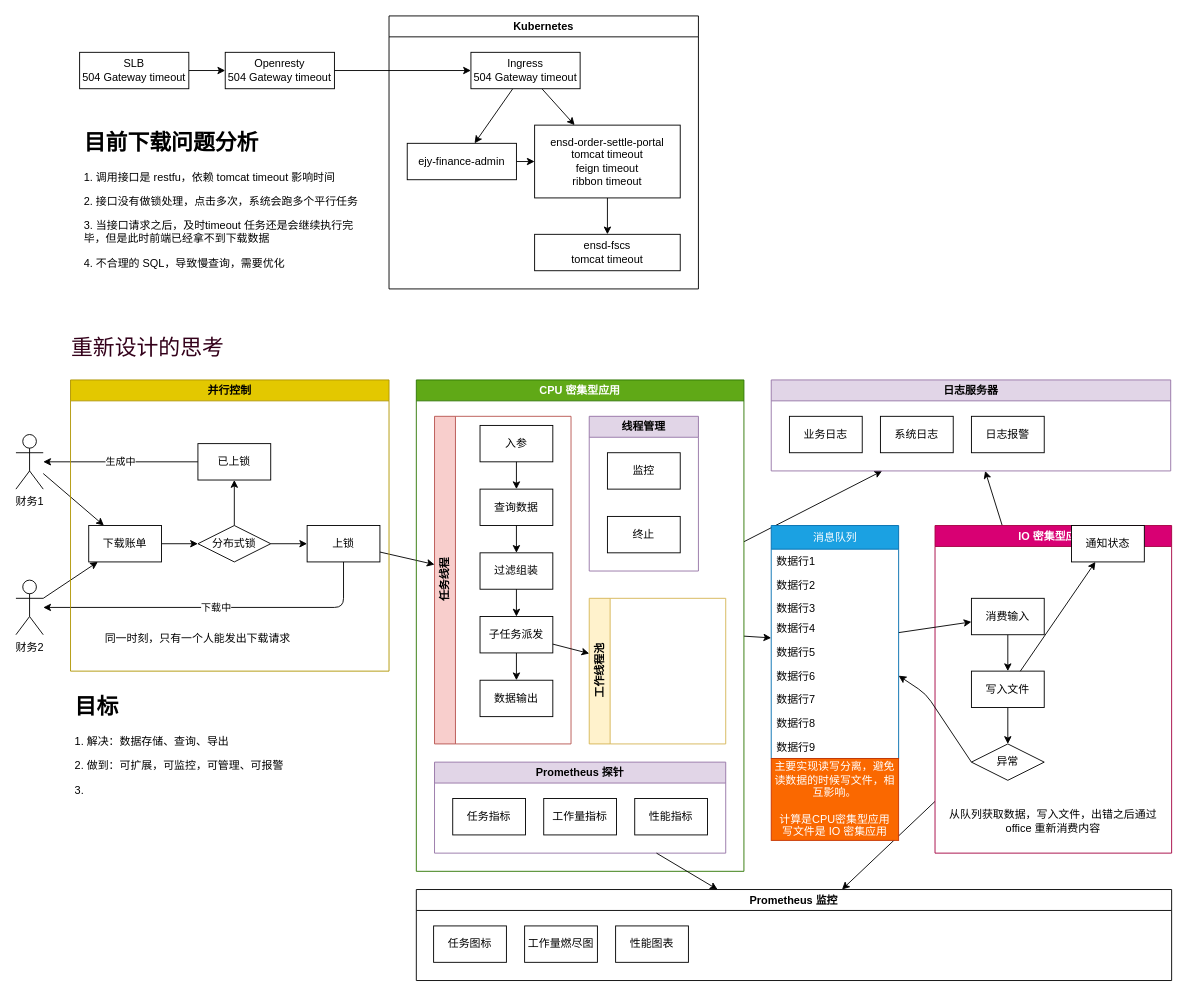
The draw.io diagram page "第 1 页" (1 of 2) of attachment/excel.drawio in freebook/Architect, before the edit. Source tidied: cells renumbered, new cells numbered last; positions are measured from the earlier drawing's top-left corner, leaving out a move shared by most shapes. Both pictures are drawn from the tidied source at 91%, with x=0, y=0 at pixel (15, 15).
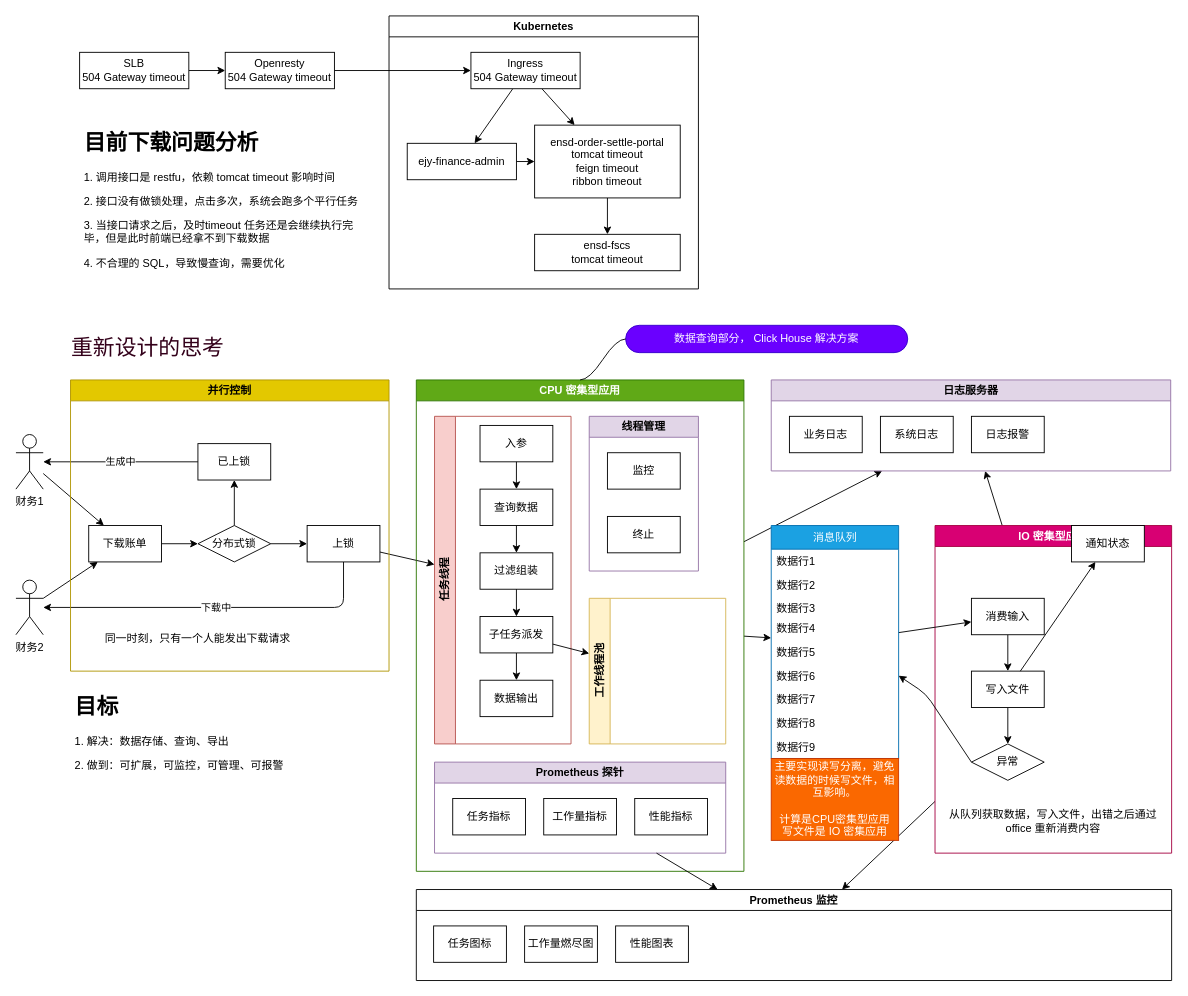
Above is the later version.

The edit, as a diff of the source:
```diff
@@
-    <mxCell id="84" value="&lt;h1&gt;目标&lt;/h1&gt;&lt;p&gt;1. 解决：数据存储、查询、导出&lt;/p&gt;&lt;p&gt;2. 做到：可扩展，可监控，可管理、可报警&lt;/p&gt;&lt;p&gt;3.&amp;nbsp;&lt;/p&gt;" style="text;html=1;strokeColor=none;fillColor=none;spacing=5;spacingTop=-20;whiteSpace=wrap;overflow=hidden;rounded=0;" parent="1" vertex="1">
+    <mxCell id="84" value="&lt;h1&gt;目标&lt;/h1&gt;&lt;p&gt;1. 解决：数据存储、查询、导出&lt;/p&gt;&lt;p&gt;2. 做到：可扩展，可监控，可管理、可报警&lt;/p&gt;" style="text;html=1;strokeColor=none;fillColor=none;spacing=5;spacingTop=-20;whiteSpace=wrap;overflow=hidden;rounded=0;" parent="1" vertex="1">
       <mxGeometry x="60" y="740" width="310" height="200" as="geometry" />
     </mxCell>
@@
+    <mxCell id="89" value="数据查询部分， Click House 解决方案" style="whiteSpace=wrap;html=1;rounded=1;arcSize=50;align=center;verticalAlign=middle;strokeWidth=1;spacing=4;newEdgeStyle={&quot;edgeStyle&quot;:&quot;entityRelationEdgeStyle&quot;,&quot;startArrow&quot;:&quot;none&quot;,&quot;endArrow&quot;:&quot;none&quot;,&quot;segment&quot;:10,&quot;curved&quot;:1,&quot;sourcePerimeterSpacing&quot;:0,&quot;targetPerimeterSpacing&quot;:0};fillColor=#6a00ff;fontColor=#ffffff;strokeColor=#3700CC;" parent="1" vertex="1">
+      <mxGeometry x="670" y="340" width="310" height="30" as="geometry" />
+    </mxCell>
+    <mxCell id="90" style="edgeStyle=entityRelationEdgeStyle;startArrow=none;endArrow=none;segment=10;curved=1;sourcePerimeterSpacing=0;targetPerimeterSpacing=0;" parent="1" edge="1" target="89">
+      <mxGeometry relative="1" as="geometry">
+        <mxPoint x="620" y="400" as="sourcePoint" />
+      </mxGeometry>
+    </mxCell>
```
